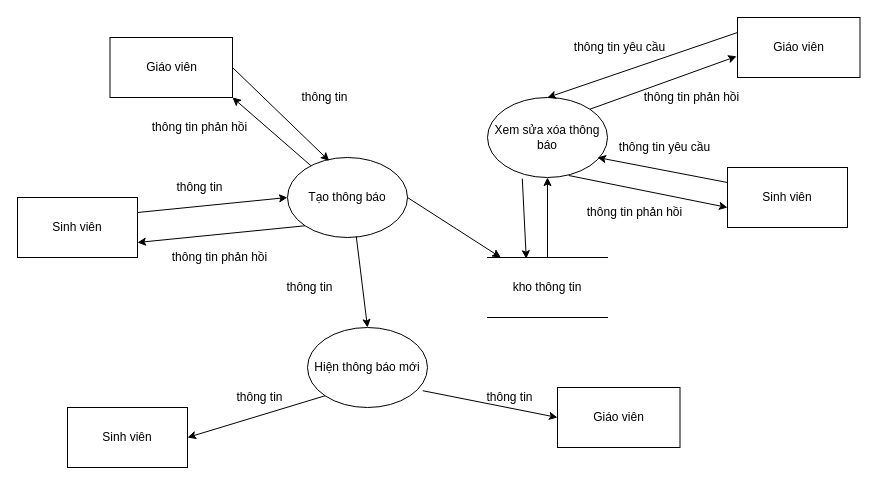
Above: Baocao/dfdduoidinhthongbao.drawio in haupham809/DoAnTotNghiep (draw.io), before the change. Source tidied: cells renumbered, new cells numbered last; positions are measured from the earlier drawing's top-left corner, leaving out a move shared by most shapes. Both pictures are drawn from the tidied source at 100%, with x=0, y=0 at pixel (17, 17).
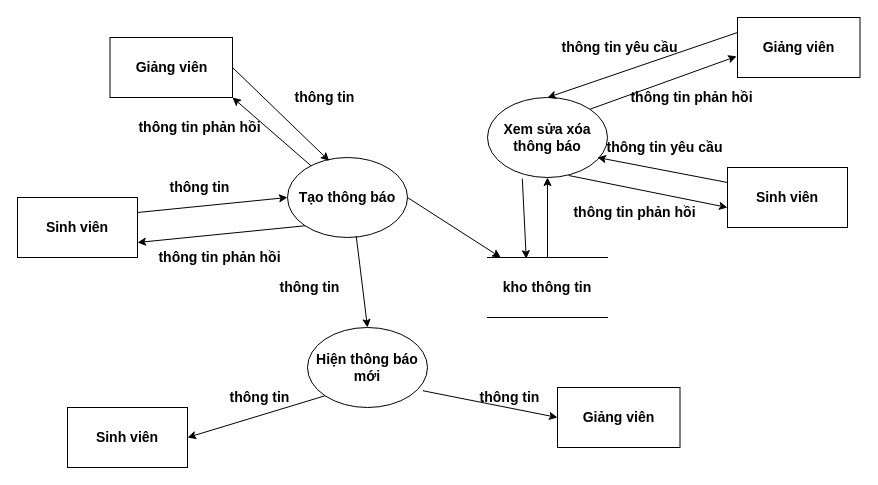
The same diagram, later.

The edit, as a diff of the source:
```diff
@@
-    <mxCell id="2" value="kho thông tin" style="shape=partialRectangle;whiteSpace=wrap;html=1;left=0;right=0;fillColor=none;" parent="1" vertex="1">
+    <mxCell id="2" value="kho thông tin" style="shape=partialRectangle;whiteSpace=wrap;html=1;left=0;right=0;fillColor=none;fontSize=14;fontStyle=1;" parent="1" vertex="1">
       <mxGeometry x="470" y="240" width="120" height="60" as="geometry" />
     </mxCell>
-    <mxCell id="3" value="&lt;span&gt;Sinh viên&lt;/span&gt;" style="rounded=0;whiteSpace=wrap;html=1;" parent="1" vertex="1">
+    <mxCell id="3" value="Sinh viên" style="rounded=0;whiteSpace=wrap;html=1;fontSize=14;fontStyle=1;" parent="1" vertex="1">
       <mxGeometry y="180" width="120" height="60" as="geometry" />
     </mxCell>
-    <mxCell id="4" value="Giáo viên" style="rounded=0;whiteSpace=wrap;html=1;" parent="1" vertex="1">
+    <mxCell id="4" value="Giảng viên" style="rounded=0;whiteSpace=wrap;html=1;fontSize=14;fontStyle=1;" parent="1" vertex="1">
       <mxGeometry x="540" y="370" width="122.5" height="60" as="geometry" />
     </mxCell>
-    <mxCell id="5" value="&lt;span&gt;Tạo thông báo&lt;/span&gt;" style="ellipse;whiteSpace=wrap;html=1;" parent="1" vertex="1">
+    <mxCell id="5" value="&lt;span style=&quot;font-size: 14px;&quot;&gt;Tạo thông báo&lt;/span&gt;" style="ellipse;whiteSpace=wrap;html=1;fontSize=14;fontStyle=1;" parent="1" vertex="1">
       <mxGeometry x="270" y="140" width="120" height="80" as="geometry" />
     </mxCell>
-    <mxCell id="6" value="&lt;span&gt;Hiện thông báo mới&lt;/span&gt;" style="ellipse;whiteSpace=wrap;html=1;" parent="1" vertex="1">
+    <mxCell id="6" value="&lt;span style=&quot;font-size: 14px;&quot;&gt;Hiện thông báo mới&lt;/span&gt;" style="ellipse;whiteSpace=wrap;html=1;fontSize=14;fontStyle=1;" parent="1" vertex="1">
       <mxGeometry x="290" y="310" width="120" height="80" as="geometry" />
     </mxCell>
-    <mxCell id="7" style="endArrow=classic;html=1;exitX=1;exitY=0.5;exitDx=0;exitDy=0;" parent="1" edge="1" source="5" target="2">
+    <mxCell id="7" style="endArrow=classic;html=1;exitX=1;exitY=0.5;exitDx=0;exitDy=0;fontSize=14;fontStyle=1;" parent="1" edge="1" source="5" target="2">
       <mxGeometry relative="1" as="geometry" />
     </mxCell>
-    <mxCell id="8" style="endArrow=classic;html=1;entryX=0;entryY=0.5;entryDx=0;entryDy=0;exitX=1;exitY=0.25;exitDx=0;exitDy=0;" parent="1" edge="1" source="3" target="5">
+    <mxCell id="8" style="endArrow=classic;html=1;entryX=0;entryY=0.5;entryDx=0;entryDy=0;exitX=1;exitY=0.25;exitDx=0;exitDy=0;fontSize=14;fontStyle=1;" parent="1" edge="1" source="3" target="5">
       <mxGeometry relative="1" as="geometry" />
     </mxCell>
-    <mxCell id="9" style="endArrow=classic;html=1;entryX=1;entryY=0.75;entryDx=0;entryDy=0;exitX=0;exitY=1;exitDx=0;exitDy=0;" parent="1" edge="1" source="5" target="3">
+    <mxCell id="9" style="endArrow=classic;html=1;entryX=1;entryY=0.75;entryDx=0;entryDy=0;exitX=0;exitY=1;exitDx=0;exitDy=0;fontSize=14;fontStyle=1;" parent="1" edge="1" source="5" target="3">
       <mxGeometry relative="1" as="geometry" />
     </mxCell>
-    <mxCell id="10" style="endArrow=classic;html=1;entryX=0.5;entryY=0;entryDx=0;entryDy=0;exitX=0.573;exitY=0.985;exitDx=0;exitDy=0;exitPerimeter=0;" parent="1" edge="1" source="5" target="6">
+    <mxCell id="10" style="endArrow=classic;html=1;entryX=0.5;entryY=0;entryDx=0;entryDy=0;exitX=0.573;exitY=0.985;exitDx=0;exitDy=0;exitPerimeter=0;fontSize=14;fontStyle=1;" parent="1" edge="1" source="5" target="6">
       <mxGeometry relative="1" as="geometry" />
     </mxCell>
-    <mxCell id="11" style="endArrow=classic;html=1;exitX=0.96;exitY=0.79;exitDx=0;exitDy=0;exitPerimeter=0;entryX=0;entryY=0.5;entryDx=0;entryDy=0;" parent="1" edge="1" source="6" target="4">
+    <mxCell id="11" style="endArrow=classic;html=1;exitX=0.96;exitY=0.79;exitDx=0;exitDy=0;exitPerimeter=0;entryX=0;entryY=0.5;entryDx=0;entryDy=0;fontSize=14;fontStyle=1;" parent="1" edge="1" source="6" target="4">
       <mxGeometry relative="1" as="geometry" />
     </mxCell>
-    <mxCell id="12" value="thông tin" style="text;html=1;strokeColor=none;fillColor=none;align=center;verticalAlign=middle;whiteSpace=wrap;rounded=0;" parent="1" vertex="1">
+    <mxCell id="12" value="thông tin" style="text;html=1;strokeColor=none;fillColor=none;align=center;verticalAlign=middle;whiteSpace=wrap;rounded=0;fontSize=14;fontStyle=1;" parent="1" vertex="1">
       <mxGeometry x="120" y="160" width="125" height="20" as="geometry" />
     </mxCell>
-    <mxCell id="13" value="thông tin phản hồi" style="text;html=1;strokeColor=none;fillColor=none;align=center;verticalAlign=middle;whiteSpace=wrap;rounded=0;" parent="1" vertex="1">
+    <mxCell id="13" value="thông tin phản hồi" style="text;html=1;strokeColor=none;fillColor=none;align=center;verticalAlign=middle;whiteSpace=wrap;rounded=0;fontSize=14;fontStyle=1;" parent="1" vertex="1">
       <mxGeometry x="140" y="230" width="125" height="20" as="geometry" />
     </mxCell>
-    <mxCell id="14" value="Giáo viên" style="rounded=0;whiteSpace=wrap;html=1;" parent="1" vertex="1">
+    <mxCell id="14" value="Giảng viên" style="rounded=0;whiteSpace=wrap;html=1;fontSize=14;fontStyle=1;" parent="1" vertex="1">
       <mxGeometry x="92.5" y="20" width="122.5" height="60" as="geometry" />
     </mxCell>
-    <mxCell id="15" style="endArrow=classic;html=1;exitX=1;exitY=0.5;exitDx=0;exitDy=0;entryX=0.347;entryY=0.042;entryDx=0;entryDy=0;entryPerimeter=0;" parent="1" edge="1" source="14" target="5">
+    <mxCell id="15" style="endArrow=classic;html=1;exitX=1;exitY=0.5;exitDx=0;exitDy=0;entryX=0.347;entryY=0.042;entryDx=0;entryDy=0;entryPerimeter=0;fontSize=14;fontStyle=1;" parent="1" edge="1" source="14" target="5">
       <mxGeometry relative="1" as="geometry" />
     </mxCell>
-    <mxCell id="16" style="endArrow=classic;html=1;entryX=1;entryY=1;entryDx=0;entryDy=0;" parent="1" edge="1" source="5" target="14">
+    <mxCell id="16" style="endArrow=classic;html=1;entryX=1;entryY=1;entryDx=0;entryDy=0;fontSize=14;fontStyle=1;" parent="1" edge="1" source="5" target="14">
       <mxGeometry relative="1" as="geometry" />
     </mxCell>
-    <mxCell id="17" value="thông tin" style="text;html=1;strokeColor=none;fillColor=none;align=center;verticalAlign=middle;whiteSpace=wrap;rounded=0;" parent="1" vertex="1">
+    <mxCell id="17" value="thông tin" style="text;html=1;strokeColor=none;fillColor=none;align=center;verticalAlign=middle;whiteSpace=wrap;rounded=0;fontSize=14;fontStyle=1;" parent="1" vertex="1">
       <mxGeometry x="245" y="70" width="125" height="20" as="geometry" />
     </mxCell>
-    <mxCell id="18" value="thông tin phản hồi" style="text;html=1;strokeColor=none;fillColor=none;align=center;verticalAlign=middle;whiteSpace=wrap;rounded=0;" parent="1" vertex="1">
+    <mxCell id="18" value="thông tin phản hồi" style="text;html=1;strokeColor=none;fillColor=none;align=center;verticalAlign=middle;whiteSpace=wrap;rounded=0;fontSize=14;fontStyle=1;" parent="1" vertex="1">
       <mxGeometry x="120" y="100" width="125" height="20" as="geometry" />
     </mxCell>
-    <mxCell id="19" value="thông tin" style="text;html=1;strokeColor=none;fillColor=none;align=center;verticalAlign=middle;whiteSpace=wrap;rounded=0;" parent="1" vertex="1">
+    <mxCell id="19" value="thông tin" style="text;html=1;strokeColor=none;fillColor=none;align=center;verticalAlign=middle;whiteSpace=wrap;rounded=0;fontSize=14;fontStyle=1;" parent="1" vertex="1">
       <mxGeometry x="430" y="370" width="125" height="20" as="geometry" />
     </mxCell>
-    <mxCell id="20" value="&lt;span&gt;Sinh viên&lt;/span&gt;" style="rounded=0;whiteSpace=wrap;html=1;" parent="1" vertex="1">
+    <mxCell id="20" value="Sinh viên" style="rounded=0;whiteSpace=wrap;html=1;fontSize=14;fontStyle=1;" parent="1" vertex="1">
       <mxGeometry x="50" y="390" width="120" height="60" as="geometry" />
     </mxCell>
-    <mxCell id="21" value="thông tin" style="text;html=1;strokeColor=none;fillColor=none;align=center;verticalAlign=middle;whiteSpace=wrap;rounded=0;" parent="1" vertex="1">
+    <mxCell id="21" value="thông tin" style="text;html=1;strokeColor=none;fillColor=none;align=center;verticalAlign=middle;whiteSpace=wrap;rounded=0;fontSize=14;fontStyle=1;" parent="1" vertex="1">
       <mxGeometry x="180" y="370" width="125" height="20" as="geometry" />
     </mxCell>
-    <mxCell id="22" style="endArrow=classic;html=1;entryX=1;entryY=0.5;entryDx=0;entryDy=0;exitX=0;exitY=1;exitDx=0;exitDy=0;" parent="1" edge="1" source="6" target="20">
+    <mxCell id="22" style="endArrow=classic;html=1;entryX=1;entryY=0.5;entryDx=0;entryDy=0;exitX=0;exitY=1;exitDx=0;exitDy=0;fontSize=14;fontStyle=1;" parent="1" edge="1" source="6" target="20">
       <mxGeometry relative="1" as="geometry" />
     </mxCell>
-    <mxCell id="23" value="thông tin" style="text;html=1;strokeColor=none;fillColor=none;align=center;verticalAlign=middle;whiteSpace=wrap;rounded=0;" parent="1" vertex="1">
+    <mxCell id="23" value="thông tin" style="text;html=1;strokeColor=none;fillColor=none;align=center;verticalAlign=middle;whiteSpace=wrap;rounded=0;fontSize=14;fontStyle=1;" parent="1" vertex="1">
       <mxGeometry x="230" y="260" width="125" height="20" as="geometry" />
     </mxCell>
-    <mxCell id="24" value="&lt;span&gt;Xem sửa xóa thông báo&lt;/span&gt;" style="ellipse;whiteSpace=wrap;html=1;" parent="1" vertex="1">
+    <mxCell id="24" value="&lt;span style=&quot;font-size: 14px;&quot;&gt;Xem sửa xóa thông báo&lt;/span&gt;" style="ellipse;whiteSpace=wrap;html=1;fontSize=14;fontStyle=1;" parent="1" vertex="1">
       <mxGeometry x="470" y="80" width="120" height="80" as="geometry" />
     </mxCell>
-    <mxCell id="25" value="Giáo viên" style="rounded=0;whiteSpace=wrap;html=1;" parent="1" vertex="1">
+    <mxCell id="25" value="Giảng viên" style="rounded=0;whiteSpace=wrap;html=1;fontSize=14;fontStyle=1;" parent="1" vertex="1">
       <mxGeometry x="720" width="122.5" height="60" as="geometry" />
     </mxCell>
-    <mxCell id="26" value="&lt;span&gt;Sinh viên&lt;/span&gt;" style="rounded=0;whiteSpace=wrap;html=1;" parent="1" vertex="1">
+    <mxCell id="26" value="Sinh viên" style="rounded=0;whiteSpace=wrap;html=1;fontSize=14;fontStyle=1;" parent="1" vertex="1">
       <mxGeometry x="710" y="150" width="120" height="60" as="geometry" />
     </mxCell>
-    <mxCell id="27" value="thông tin yêu cầu" style="text;html=1;strokeColor=none;fillColor=none;align=center;verticalAlign=middle;whiteSpace=wrap;rounded=0;" parent="1" vertex="1">
+    <mxCell id="27" value="thông tin yêu cầu" style="text;html=1;strokeColor=none;fillColor=none;align=center;verticalAlign=middle;whiteSpace=wrap;rounded=0;fontSize=14;fontStyle=1;" parent="1" vertex="1">
       <mxGeometry x="540" y="20" width="125" height="20" as="geometry" />
     </mxCell>
-    <mxCell id="28" value="thông tin phản hồi" style="text;html=1;strokeColor=none;fillColor=none;align=center;verticalAlign=middle;whiteSpace=wrap;rounded=0;" parent="1" vertex="1">
+    <mxCell id="28" value="thông tin phản hồi" style="text;html=1;strokeColor=none;fillColor=none;align=center;verticalAlign=middle;whiteSpace=wrap;rounded=0;fontSize=14;fontStyle=1;" parent="1" vertex="1">
       <mxGeometry x="612" y="75" width="125" height="10" as="geometry" />
     </mxCell>
-    <mxCell id="29" value="thông tin phản hồi" style="text;html=1;strokeColor=none;fillColor=none;align=center;verticalAlign=middle;whiteSpace=wrap;rounded=0;" parent="1" vertex="1">
+    <mxCell id="29" value="thông tin phản hồi" style="text;html=1;strokeColor=none;fillColor=none;align=center;verticalAlign=middle;whiteSpace=wrap;rounded=0;fontSize=14;fontStyle=1;" parent="1" vertex="1">
       <mxGeometry x="555" y="190" width="125" height="10" as="geometry" />
     </mxCell>
-    <mxCell id="30" value="thông tin yêu cầu" style="text;html=1;strokeColor=none;fillColor=none;align=center;verticalAlign=middle;whiteSpace=wrap;rounded=0;" parent="1" vertex="1">
+    <mxCell id="30" value="thông tin yêu cầu" style="text;html=1;strokeColor=none;fillColor=none;align=center;verticalAlign=middle;whiteSpace=wrap;rounded=0;fontSize=14;fontStyle=1;" parent="1" vertex="1">
       <mxGeometry x="585" y="120" width="125" height="20" as="geometry" />
     </mxCell>
-    <mxCell id="31" style="endArrow=classic;html=1;fontFamily=Times New Roman;fontSize=13;align=center;entryX=0.5;entryY=0;entryDx=0;entryDy=0;exitX=0;exitY=0.25;exitDx=0;exitDy=0;" parent="1" edge="1" source="25" target="24">
+    <mxCell id="31" style="endArrow=classic;html=1;fontFamily=Times New Roman;fontSize=14;align=center;entryX=0.5;entryY=0;entryDx=0;entryDy=0;exitX=0;exitY=0.25;exitDx=0;exitDy=0;fontStyle=1;" parent="1" edge="1" source="25" target="24">
       <mxGeometry relative="1" as="geometry" />
     </mxCell>
-    <mxCell id="32" style="endArrow=classic;html=1;fontFamily=Times New Roman;fontSize=13;align=center;entryX=-0.007;entryY=0.647;entryDx=0;entryDy=0;entryPerimeter=0;exitX=1;exitY=0;exitDx=0;exitDy=0;" parent="1" edge="1" source="24" target="25">
+    <mxCell id="32" style="endArrow=classic;html=1;fontFamily=Times New Roman;fontSize=14;align=center;entryX=-0.007;entryY=0.647;entryDx=0;entryDy=0;entryPerimeter=0;exitX=1;exitY=0;exitDx=0;exitDy=0;fontStyle=1;" parent="1" edge="1" source="24" target="25">
       <mxGeometry relative="1" as="geometry" />
     </mxCell>
-    <mxCell id="33" style="endArrow=classic;html=1;fontFamily=Times New Roman;fontSize=13;align=center;exitX=0;exitY=0.25;exitDx=0;exitDy=0;" parent="1" edge="1" source="26">
+    <mxCell id="33" style="endArrow=classic;html=1;fontFamily=Times New Roman;fontSize=14;align=center;exitX=0;exitY=0.25;exitDx=0;exitDy=0;fontStyle=1;" parent="1" edge="1" source="26">
       <mxGeometry relative="1" as="geometry">
         <mxPoint x="580" y="140" as="targetPoint" />
       </mxGeometry>
     </mxCell>
-    <mxCell id="34" style="endArrow=classic;html=1;fontFamily=Times New Roman;fontSize=13;align=center;exitX=0.677;exitY=0.975;exitDx=0;exitDy=0;exitPerimeter=0;" parent="1" edge="1" source="24">
+    <mxCell id="34" style="endArrow=classic;html=1;fontFamily=Times New Roman;fontSize=14;align=center;exitX=0.677;exitY=0.975;exitDx=0;exitDy=0;exitPerimeter=0;fontStyle=1;" parent="1" edge="1" source="24">
       <mxGeometry relative="1" as="geometry">
         <mxPoint x="710" y="190" as="targetPoint" />
       </mxGeometry>
     </mxCell>
-    <mxCell id="35" style="endArrow=classic;html=1;fontFamily=Times New Roman;fontSize=13;align=center;entryX=0.323;entryY=0.02;entryDx=0;entryDy=0;entryPerimeter=0;exitX=0.29;exitY=1.015;exitDx=0;exitDy=0;exitPerimeter=0;" parent="1" edge="1" source="24" target="2">
+    <mxCell id="35" style="endArrow=classic;html=1;fontFamily=Times New Roman;fontSize=14;align=center;entryX=0.323;entryY=0.02;entryDx=0;entryDy=0;entryPerimeter=0;exitX=0.29;exitY=1.015;exitDx=0;exitDy=0;exitPerimeter=0;fontStyle=1;" parent="1" edge="1" source="24" target="2">
       <mxGeometry relative="1" as="geometry" />
     </mxCell>
-    <mxCell id="36" style="endArrow=classic;html=1;fontFamily=Times New Roman;fontSize=13;align=center;exitX=0.5;exitY=0;exitDx=0;exitDy=0;" parent="1" edge="1" source="2" target="24">
+    <mxCell id="36" style="endArrow=classic;html=1;fontFamily=Times New Roman;fontSize=14;align=center;exitX=0.5;exitY=0;exitDx=0;exitDy=0;fontStyle=1;" parent="1" edge="1" source="2" target="24">
       <mxGeometry relative="1" as="geometry" />
     </mxCell>
```
